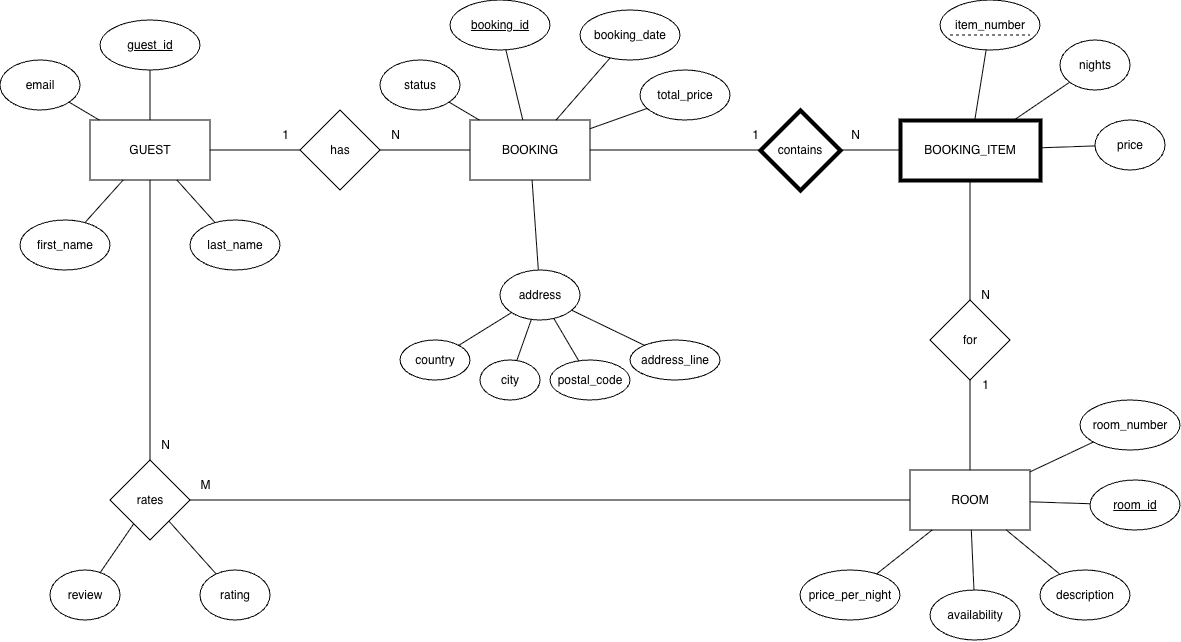
This is lab_2.1/er.drawio.png from harmyko/database_management_systems, a draw.io export, as it was before one commit. Source tidied: cells renumbered, new cells last; positions are measured from the earlier drawing's top-left corner, leaving out a move shared by most shapes. The source it was exported from:
```xml
<mxGraphModel>
  <root>
    <mxCell id="0" />
    <mxCell id="1" parent="0" />
    <mxCell id="2" value="GUEST" style="rounded=0;whiteSpace=wrap;html=1;" parent="1" vertex="1">
      <mxGeometry x="90" y="120" width="120" height="60" as="geometry" />
    </mxCell>
    <mxCell id="3" value="guest_id" style="ellipse;whiteSpace=wrap;html=1;fontStyle=4;" parent="1" vertex="1">
      <mxGeometry x="100" y="20" width="100" height="50" as="geometry" />
    </mxCell>
    <mxCell id="4" style="endArrow=none;html=1;rounded=0;" parent="1" edge="1" source="3" target="2">
      <mxGeometry relative="1" as="geometry" />
    </mxCell>
    <mxCell id="5" value="first_name" style="ellipse;whiteSpace=wrap;html=1;" parent="1" vertex="1">
      <mxGeometry x="20" y="220" width="90" height="50" as="geometry" />
    </mxCell>
    <mxCell id="6" style="endArrow=none;html=1;rounded=0;" parent="1" edge="1" source="5" target="2">
      <mxGeometry relative="1" as="geometry" />
    </mxCell>
    <mxCell id="7" value="last_name" style="ellipse;whiteSpace=wrap;html=1;" parent="1" vertex="1">
      <mxGeometry x="190" y="220" width="90" height="50" as="geometry" />
    </mxCell>
    <mxCell id="8" style="endArrow=none;html=1;rounded=0;" parent="1" edge="1" source="7" target="2">
      <mxGeometry relative="1" as="geometry" />
    </mxCell>
    <mxCell id="9" value="email" style="ellipse;whiteSpace=wrap;html=1;" parent="1" vertex="1">
      <mxGeometry y="60" width="80" height="50" as="geometry" />
    </mxCell>
    <mxCell id="10" style="endArrow=none;html=1;rounded=0;" parent="1" edge="1" source="9" target="2">
      <mxGeometry relative="1" as="geometry" />
    </mxCell>
    <mxCell id="11" value="has" style="rhombus;whiteSpace=wrap;html=1;" parent="1" vertex="1">
      <mxGeometry x="300" y="110" width="80" height="80" as="geometry" />
    </mxCell>
    <mxCell id="12" style="endArrow=none;html=1;rounded=0;" parent="1" edge="1" source="2" target="11">
      <mxGeometry relative="1" as="geometry" />
    </mxCell>
    <mxCell id="13" value="1" style="text;html=1;align=center;verticalAlign=middle;" parent="1" vertex="1">
      <mxGeometry x="270" y="120" width="30" height="30" as="geometry" />
    </mxCell>
    <mxCell id="14" value="BOOKING" style="rounded=0;whiteSpace=wrap;html=1;" parent="1" vertex="1">
      <mxGeometry x="470" y="120" width="120" height="60" as="geometry" />
    </mxCell>
    <mxCell id="15" style="endArrow=none;html=1;rounded=0;" parent="1" edge="1" source="11" target="14">
      <mxGeometry relative="1" as="geometry" />
    </mxCell>
    <mxCell id="16" value="N" style="text;html=1;align=center;verticalAlign=middle;" parent="1" vertex="1">
      <mxGeometry x="380" y="120" width="30" height="30" as="geometry" />
    </mxCell>
    <mxCell id="17" value="booking_id" style="ellipse;whiteSpace=wrap;html=1;fontStyle=4;" parent="1" vertex="1">
      <mxGeometry x="450" width="100" height="50" as="geometry" />
    </mxCell>
    <mxCell id="18" style="endArrow=none;html=1;rounded=0;" parent="1" edge="1" source="17" target="14">
      <mxGeometry relative="1" as="geometry" />
    </mxCell>
    <mxCell id="19" value="booking_date" style="ellipse;whiteSpace=wrap;html=1;" parent="1" vertex="1">
      <mxGeometry x="580" y="10" width="100" height="50" as="geometry" />
    </mxCell>
    <mxCell id="20" style="endArrow=none;html=1;rounded=0;" parent="1" edge="1" source="19" target="14">
      <mxGeometry relative="1" as="geometry" />
    </mxCell>
    <mxCell id="21" value="status" style="ellipse;whiteSpace=wrap;html=1;" parent="1" vertex="1">
      <mxGeometry x="380" y="60" width="80" height="50" as="geometry" />
    </mxCell>
    <mxCell id="22" style="endArrow=none;html=1;rounded=0;" parent="1" edge="1" source="21" target="14">
      <mxGeometry relative="1" as="geometry" />
    </mxCell>
    <mxCell id="23" value="total_price" style="ellipse;whiteSpace=wrap;html=1;" parent="1" vertex="1">
      <mxGeometry x="640" y="70" width="90" height="50" as="geometry" />
    </mxCell>
    <mxCell id="24" style="endArrow=none;html=1;rounded=0;" parent="1" edge="1" source="23" target="14">
      <mxGeometry relative="1" as="geometry" />
    </mxCell>
    <mxCell id="25" value="address" style="ellipse;whiteSpace=wrap;html=1;" parent="1" vertex="1">
      <mxGeometry x="500" y="270" width="80" height="50" as="geometry" />
    </mxCell>
    <mxCell id="26" style="endArrow=none;html=1;rounded=0;" parent="1" edge="1" source="25" target="14">
      <mxGeometry relative="1" as="geometry" />
    </mxCell>
    <mxCell id="27" value="country" style="ellipse;whiteSpace=wrap;html=1;" parent="1" vertex="1">
      <mxGeometry x="400" y="340" width="70" height="40" as="geometry" />
    </mxCell>
    <mxCell id="28" style="endArrow=none;html=1;rounded=0;" parent="1" edge="1" source="27" target="25">
      <mxGeometry relative="1" as="geometry" />
    </mxCell>
    <mxCell id="29" value="city" style="ellipse;whiteSpace=wrap;html=1;" parent="1" vertex="1">
      <mxGeometry x="480" y="360" width="60" height="40" as="geometry" />
    </mxCell>
    <mxCell id="30" style="endArrow=none;html=1;rounded=0;" parent="1" edge="1" source="29" target="25">
      <mxGeometry relative="1" as="geometry" />
    </mxCell>
    <mxCell id="31" value="postal_code" style="ellipse;whiteSpace=wrap;html=1;" parent="1" vertex="1">
      <mxGeometry x="550" y="360" width="80" height="40" as="geometry" />
    </mxCell>
    <mxCell id="32" style="endArrow=none;html=1;rounded=0;" parent="1" edge="1" source="31" target="25">
      <mxGeometry relative="1" as="geometry" />
    </mxCell>
    <mxCell id="33" value="address_line" style="ellipse;whiteSpace=wrap;html=1;" parent="1" vertex="1">
      <mxGeometry x="630" y="340" width="90" height="40" as="geometry" />
    </mxCell>
    <mxCell id="34" style="endArrow=none;html=1;rounded=0;" parent="1" edge="1" source="33" target="25">
      <mxGeometry relative="1" as="geometry" />
    </mxCell>
    <mxCell id="35" value="contains" style="rhombus;whiteSpace=wrap;html=1;gradientColor=none;strokeWidth=4;" parent="1" vertex="1">
      <mxGeometry x="760" y="110" width="80" height="80" as="geometry" />
    </mxCell>
    <mxCell id="36" style="endArrow=none;html=1;rounded=0;" parent="1" edge="1" source="14" target="35">
      <mxGeometry relative="1" as="geometry" />
    </mxCell>
    <mxCell id="37" value="1" style="text;html=1;align=center;verticalAlign=middle;" parent="1" vertex="1">
      <mxGeometry x="740" y="120" width="30" height="30" as="geometry" />
    </mxCell>
    <mxCell id="38" value="BOOKING_ITEM" style="rounded=0;whiteSpace=wrap;html=1;strokeWidth=4;strokeColor=default;gradientColor=none;glass=0;shadow=0;" parent="1" vertex="1">
      <mxGeometry x="900" y="120" width="140" height="60" as="geometry" />
    </mxCell>
    <mxCell id="39" style="endArrow=none;html=1;rounded=0;" parent="1" edge="1" source="35" target="38">
      <mxGeometry relative="1" as="geometry" />
    </mxCell>
    <mxCell id="40" value="N" style="text;html=1;align=center;verticalAlign=middle;" parent="1" vertex="1">
      <mxGeometry x="840" y="120" width="30" height="30" as="geometry" />
    </mxCell>
    <mxCell id="41" value="item_number" style="ellipse;whiteSpace=wrap;html=1;fontStyle=0;spacingTop=0;fontSize=12;" parent="1" vertex="1">
      <mxGeometry x="940" width="100" height="50" as="geometry" />
    </mxCell>
    <mxCell id="42" style="endArrow=none;html=1;rounded=0;" parent="1" edge="1" source="41" target="38">
      <mxGeometry relative="1" as="geometry" />
    </mxCell>
    <mxCell id="43" value="nights" style="ellipse;whiteSpace=wrap;html=1;" parent="1" vertex="1">
      <mxGeometry x="1060" y="40" width="70" height="50" as="geometry" />
    </mxCell>
    <mxCell id="44" style="endArrow=none;html=1;rounded=0;" parent="1" edge="1" source="43" target="38">
      <mxGeometry relative="1" as="geometry" />
    </mxCell>
    <mxCell id="45" value="price" style="ellipse;whiteSpace=wrap;html=1;" parent="1" vertex="1">
      <mxGeometry x="1095" y="120" width="70" height="50" as="geometry" />
    </mxCell>
    <mxCell id="46" style="endArrow=none;html=1;rounded=0;" parent="1" edge="1" source="45" target="38">
      <mxGeometry relative="1" as="geometry" />
    </mxCell>
    <mxCell id="47" value="for" style="rhombus;whiteSpace=wrap;html=1;" parent="1" vertex="1">
      <mxGeometry x="930" y="300" width="80" height="80" as="geometry" />
    </mxCell>
    <mxCell id="48" style="endArrow=none;html=1;rounded=0;" parent="1" edge="1" source="38" target="47">
      <mxGeometry relative="1" as="geometry" />
    </mxCell>
    <mxCell id="49" value="N" style="text;html=1;align=center;verticalAlign=middle;" parent="1" vertex="1">
      <mxGeometry x="970" y="280" width="30" height="30" as="geometry" />
    </mxCell>
    <mxCell id="50" value="ROOM" style="rounded=0;whiteSpace=wrap;html=1;" parent="1" vertex="1">
      <mxGeometry x="910" y="470" width="120" height="60" as="geometry" />
    </mxCell>
    <mxCell id="51" style="endArrow=none;html=1;rounded=0;" parent="1" edge="1" source="47" target="50">
      <mxGeometry relative="1" as="geometry" />
    </mxCell>
    <mxCell id="52" value="1" style="text;html=1;align=center;verticalAlign=middle;" parent="1" vertex="1">
      <mxGeometry x="970" y="370" width="30" height="30" as="geometry" />
    </mxCell>
    <mxCell id="53" value="room_id" style="ellipse;whiteSpace=wrap;html=1;fontStyle=4;" parent="1" vertex="1">
      <mxGeometry x="1090" y="480" width="90" height="50" as="geometry" />
    </mxCell>
    <mxCell id="54" style="endArrow=none;html=1;rounded=0;" parent="1" edge="1" source="53" target="50">
      <mxGeometry relative="1" as="geometry" />
    </mxCell>
    <mxCell id="55" value="room_number" style="ellipse;whiteSpace=wrap;html=1;" parent="1" vertex="1">
      <mxGeometry x="1080" y="400" width="100" height="50" as="geometry" />
    </mxCell>
    <mxCell id="56" style="endArrow=none;html=1;rounded=0;" parent="1" edge="1" source="55" target="50">
      <mxGeometry relative="1" as="geometry" />
    </mxCell>
    <mxCell id="57" value="price_per_night" style="ellipse;whiteSpace=wrap;html=1;" parent="1" vertex="1">
      <mxGeometry x="800" y="570" width="100" height="50" as="geometry" />
    </mxCell>
    <mxCell id="58" style="endArrow=none;html=1;rounded=0;" parent="1" edge="1" source="57" target="50">
      <mxGeometry relative="1" as="geometry" />
    </mxCell>
    <mxCell id="59" value="availability" style="ellipse;whiteSpace=wrap;html=1;" parent="1" vertex="1">
      <mxGeometry x="930" y="590" width="90" height="50" as="geometry" />
    </mxCell>
    <mxCell id="60" style="endArrow=none;html=1;rounded=0;" parent="1" edge="1" source="59" target="50">
      <mxGeometry relative="1" as="geometry" />
    </mxCell>
    <mxCell id="61" value="description" style="ellipse;whiteSpace=wrap;html=1;" parent="1" vertex="1">
      <mxGeometry x="1040" y="570" width="90" height="50" as="geometry" />
    </mxCell>
    <mxCell id="62" style="endArrow=none;html=1;rounded=0;" parent="1" edge="1" source="61" target="50">
      <mxGeometry relative="1" as="geometry" />
    </mxCell>
    <mxCell id="63" value="rates" style="rhombus;whiteSpace=wrap;html=1;" parent="1" vertex="1">
      <mxGeometry x="110" y="460" width="80" height="80" as="geometry" />
    </mxCell>
    <mxCell id="64" style="endArrow=none;html=1;rounded=0;" parent="1" edge="1" source="2" target="63">
      <mxGeometry relative="1" as="geometry" />
    </mxCell>
    <mxCell id="65" value="N" style="text;html=1;align=center;verticalAlign=middle;" parent="1" vertex="1">
      <mxGeometry x="150" y="430" width="30" height="30" as="geometry" />
    </mxCell>
    <mxCell id="66" style="endArrow=none;html=1;rounded=0;" parent="1" edge="1" source="63" target="50">
      <mxGeometry relative="1" as="geometry" />
    </mxCell>
    <mxCell id="67" value="M" style="text;html=1;align=center;verticalAlign=middle;" parent="1" vertex="1">
      <mxGeometry x="190" y="470" width="30" height="30" as="geometry" />
    </mxCell>
    <mxCell id="68" value="rating" style="ellipse;whiteSpace=wrap;html=1;" parent="1" vertex="1">
      <mxGeometry x="200" y="570" width="70" height="50" as="geometry" />
    </mxCell>
    <mxCell id="69" style="endArrow=none;html=1;rounded=0;" parent="1" edge="1" source="68" target="63">
      <mxGeometry relative="1" as="geometry" />
    </mxCell>
    <mxCell id="70" value="review" style="ellipse;whiteSpace=wrap;html=1;" parent="1" vertex="1">
      <mxGeometry x="50" y="570" width="70" height="50" as="geometry" />
    </mxCell>
    <mxCell id="71" style="endArrow=none;html=1;rounded=0;" parent="1" edge="1" source="70" target="63">
      <mxGeometry relative="1" as="geometry" />
    </mxCell>
    <mxCell id="72" style="endArrow=none;dashed=1;html=1;rounded=0;" parent="1" edge="1">
      <mxGeometry relative="1" as="geometry">
        <mxPoint x="950" y="34.9" as="sourcePoint" />
        <mxPoint x="1030" y="34.9" as="targetPoint" />
      </mxGeometry>
    </mxCell>
  </root>
</mxGraphModel>
```
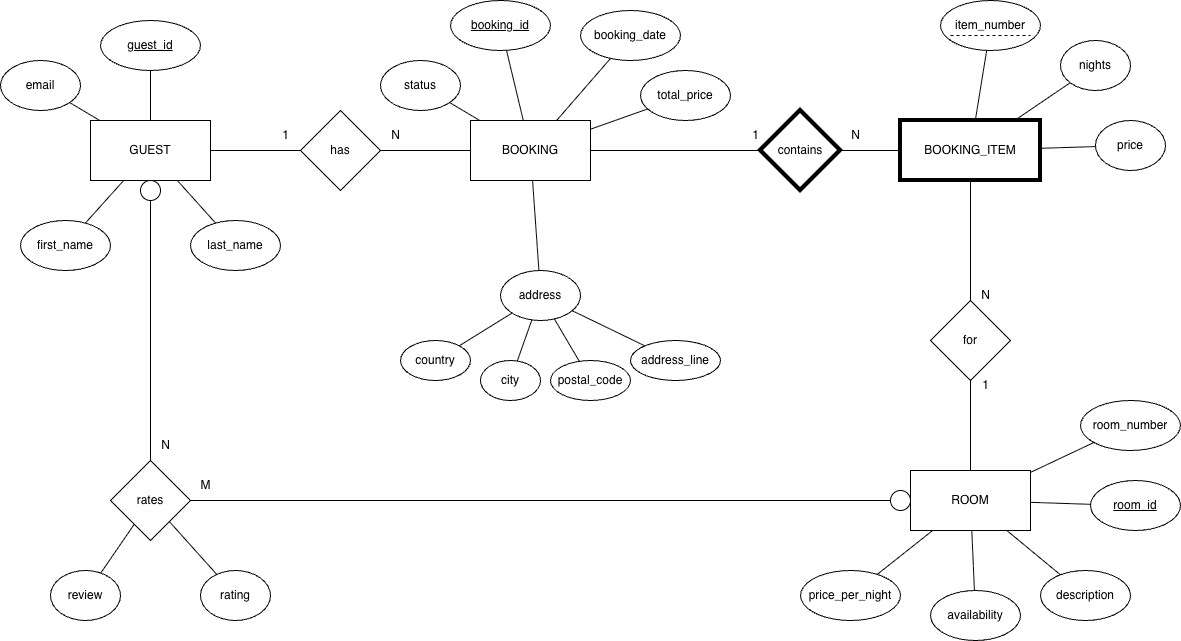
After the change.

Change to the diagram source:
```diff
@@ -188,13 +188,13 @@
     <mxCell id="63" value="rates" style="rhombus;whiteSpace=wrap;html=1;" parent="1" vertex="1">
       <mxGeometry x="110" y="460" width="80" height="80" as="geometry" />
     </mxCell>
-    <mxCell id="64" style="endArrow=none;html=1;rounded=0;" parent="1" edge="1" source="2" target="63">
+    <mxCell id="64" style="endArrow=none;html=1;rounded=0;" parent="1" edge="1" source="74" target="63">
       <mxGeometry relative="1" as="geometry" />
     </mxCell>
     <mxCell id="65" value="N" style="text;html=1;align=center;verticalAlign=middle;" parent="1" vertex="1">
       <mxGeometry x="150" y="430" width="30" height="30" as="geometry" />
     </mxCell>
-    <mxCell id="66" style="endArrow=none;html=1;rounded=0;" parent="1" edge="1" source="63" target="50">
+    <mxCell id="66" style="endArrow=none;html=1;rounded=0;" parent="1" edge="1" source="76" target="50">
       <mxGeometry relative="1" as="geometry" />
     </mxCell>
     <mxCell id="67" value="M" style="text;html=1;align=center;verticalAlign=middle;" parent="1" vertex="1">
@@ -218,5 +218,17 @@
         <mxPoint x="1030" y="34.9" as="targetPoint" />
       </mxGeometry>
     </mxCell>
+    <mxCell id="73" style="endArrow=none;html=1;rounded=0;" parent="1" edge="1" source="2" target="74">
+      <mxGeometry relative="1" as="geometry" />
+    </mxCell>
+    <mxCell id="74" style="ellipse;whiteSpace=wrap;html=1;" parent="1" vertex="1">
+      <mxGeometry x="140" y="180" width="20" height="20" as="geometry" />
+    </mxCell>
+    <mxCell id="75" style="endArrow=none;html=1;rounded=0;" parent="1" edge="1" source="63" target="76">
+      <mxGeometry relative="1" as="geometry" />
+    </mxCell>
+    <mxCell id="76" style="ellipse;whiteSpace=wrap;html=1;" parent="1" vertex="1">
+      <mxGeometry x="890" y="490" width="20" height="20" as="geometry" />
+    </mxCell>
   </root>
 </mxGraphModel>
```
